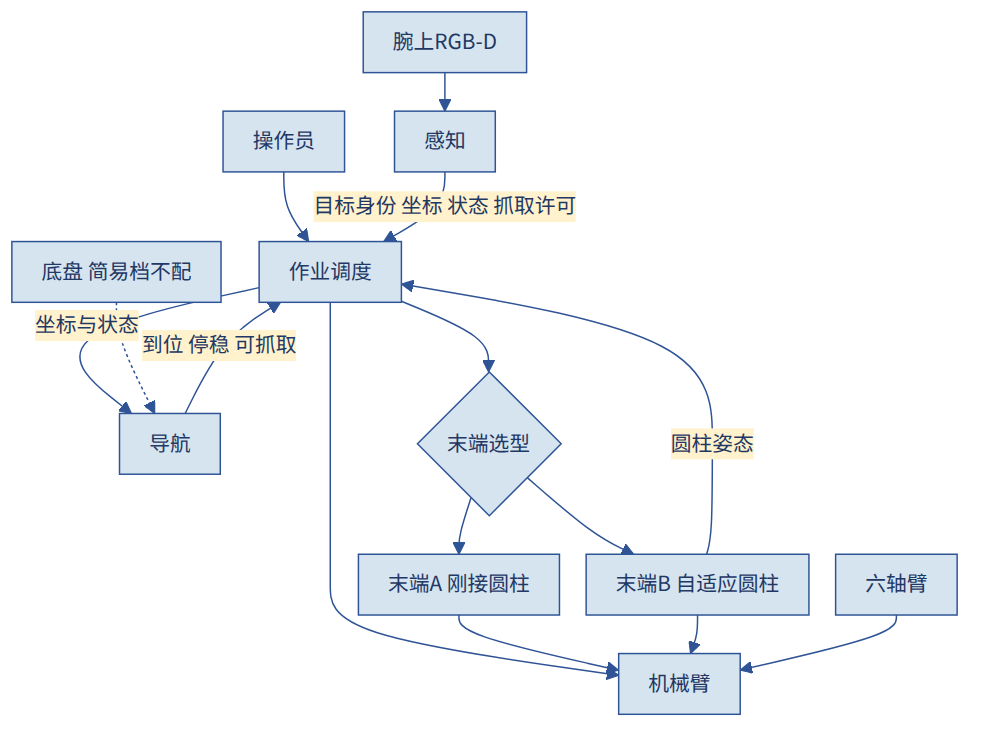
Above: plans/感知抓取与自主导航联合项目设计/figures/fig01_总体架构.png in MUHAN11-c/aubo_boot (Mermaid), before the change. Its source is kept beside it as plans/感知抓取与自主导航联合项目设计/figures/fig01_总体架构.mmd.
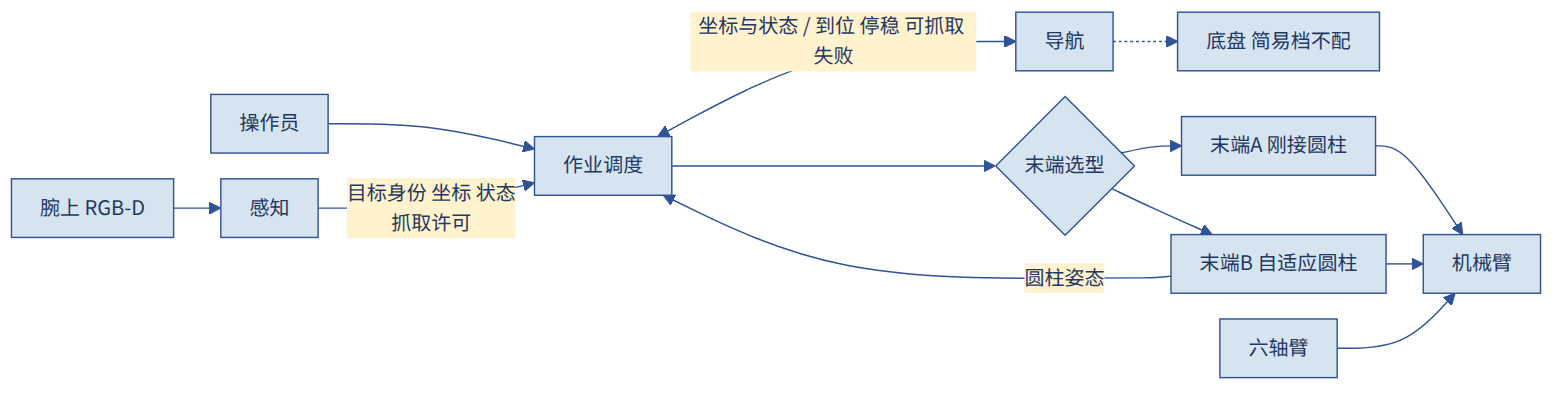
Later version of the same file.

What changed in the source:
```diff
@@ -1,15 +1,13 @@
-flowchart TB
+flowchart LR
+  CAM[腕上 RGB-D] --> PER[感知]
   OP[操作员] --> SCH[作业调度]
-  PER[感知] -->|目标身份 坐标 状态 抓取许可| SCH
-  SCH -->|坐标与状态| NAV[导航]
-  NAV -->|到位 停稳 可抓取| SCH
-  SCH --> ARM[机械臂]
+  PER -->|目标身份 坐标 状态<br/>抓取许可| SCH
+  SCH <-->|坐标与状态 / 到位 停稳 可抓取 失败| NAV[导航]
+  NAV -.-> VEH[底盘 简易档不配]
   SCH --> SEL{末端选型}
   SEL --> TA[末端A 刚接圆柱]
   SEL --> TB[末端B 自适应圆柱]
+  TA --> ARM[机械臂]
+  TB --> ARM
+  E5[六轴臂] --> ARM
   TB -->|圆柱姿态| SCH
-  TA --> ARM
-  TB --> ARM
-  CAM[腕上RGB-D] --> PER
-  E5[六轴臂] --> ARM
-  VEH[底盘 简易档不配] -.-> NAV
```
